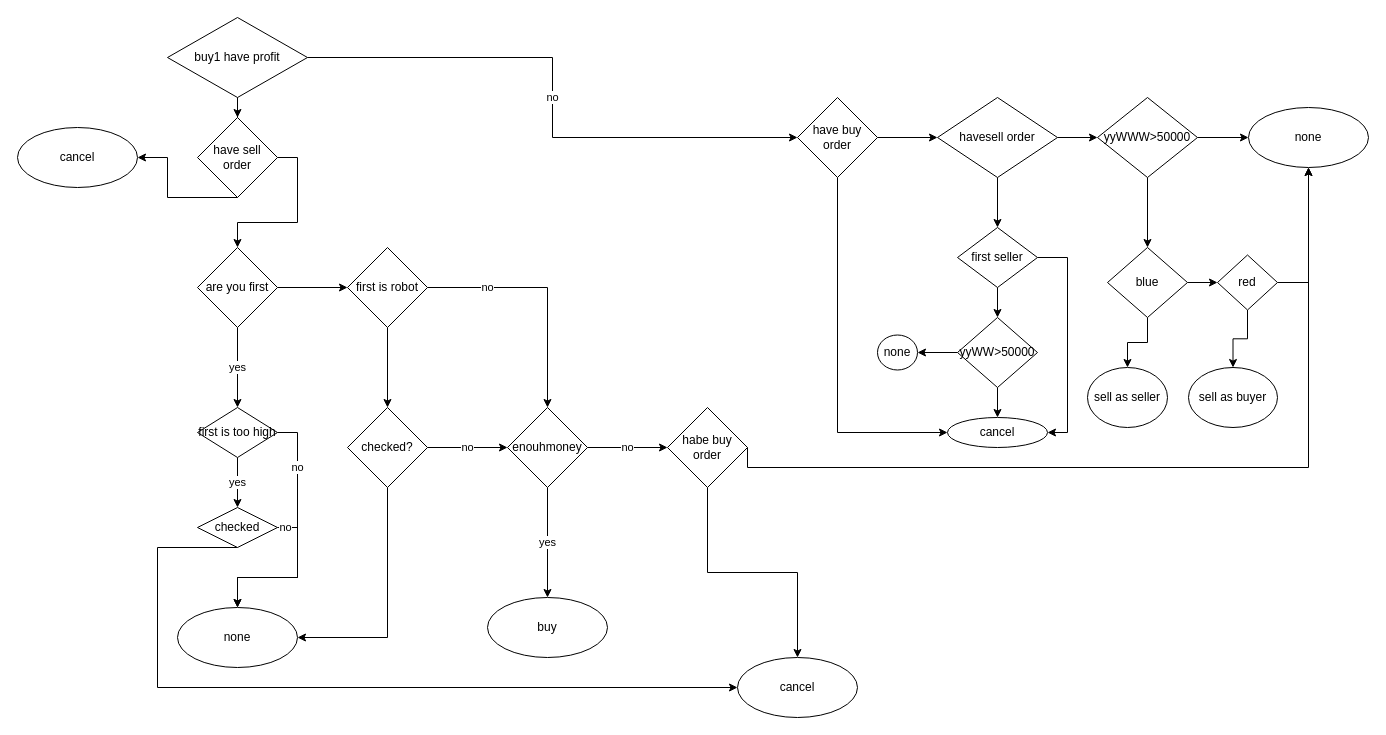
Before: page "第 3 页" (3 of 3) of 未命名绘图.drawio in fzuguo/hello-world, a draw.io diagram. Source tidied: cells renumbered, new cells numbered last; positions are measured from the earlier drawing's top-left corner, leaving out a move shared by most shapes. Both pictures are drawn from the tidied source at 100%, with x=0, y=0 at pixel (17, 17).
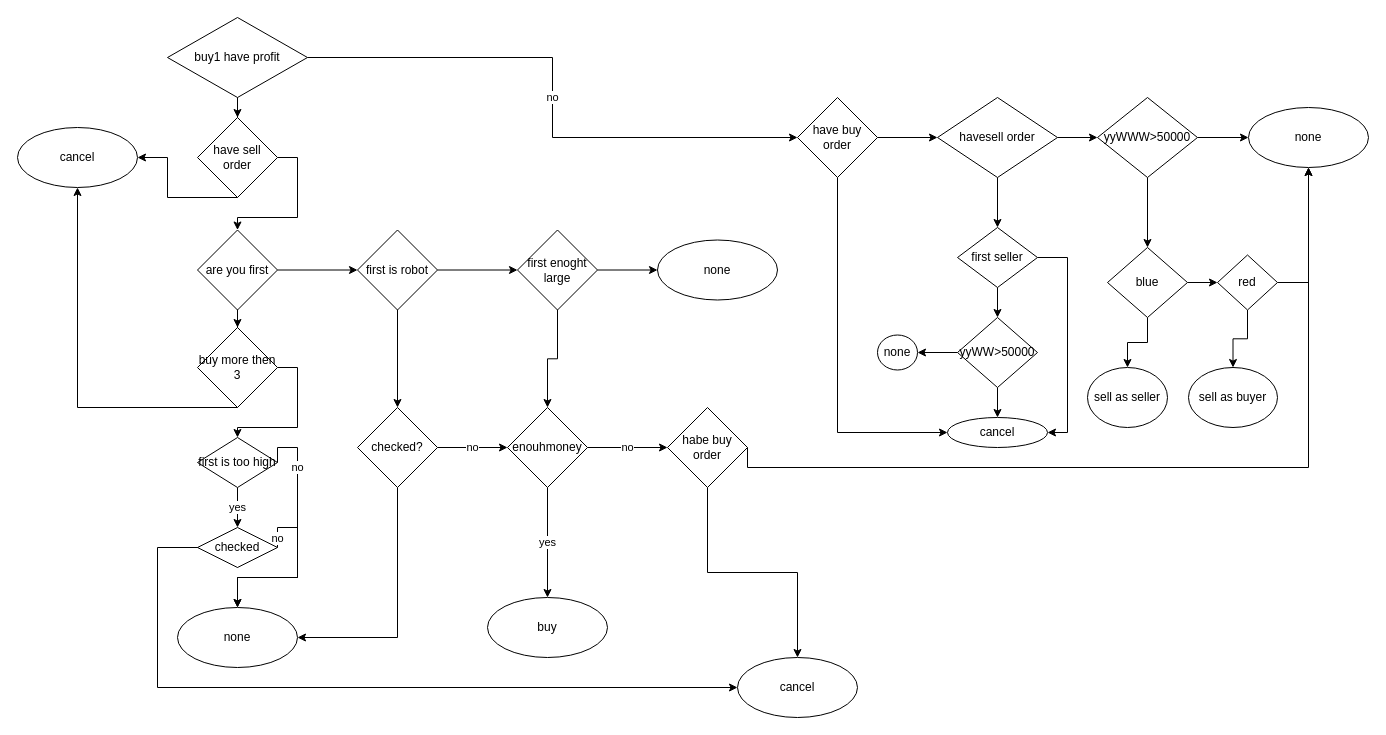
The same diagram, later.

Commit message:
更新未命名绘图.drawio

The change refers to these unchanged cells:
```xml
<mxCell id="9" value="none" style="ellipse;whiteSpace=wrap;html=1;" parent="1" vertex="1">
  <mxGeometry x="160" y="590" width="120" height="60" as="geometry" />
</mxCell>
<mxCell id="23" value="enouhmoney" style="rhombus;whiteSpace=wrap;html=1;" parent="1" vertex="1">
  <mxGeometry x="490" y="390" width="80" height="80" as="geometry" />
</mxCell>
<mxCell id="54" value="cancel" style="ellipse;whiteSpace=wrap;html=1;" parent="1" vertex="1">
  <mxGeometry y="110" width="120" height="60" as="geometry" />
</mxCell>
```

Diff of the diagram source:
```diff
@@
-    <mxCell id="6" value="yes" style="edgeStyle=orthogonalEdgeStyle;rounded=0;jettySize=auto;html=1;" parent="1" edge="1" source="7" target="29">
-      <mxGeometry relative="1" as="geometry" />
-    </mxCell>
+    <mxCell id="60" style="edgeStyle=orthogonalEdgeStyle;rounded=0;jettySize=auto;html=1;" parent="1" edge="1" source="7" target="64">
+      <mxGeometry relative="1" as="geometry" />
+    </mxCell>
     <mxCell id="7" value="are you first" style="rhombus;whiteSpace=wrap;html=1;" parent="1" vertex="1">
-      <mxGeometry x="180" y="230" width="80" height="80" as="geometry" />
+      <mxGeometry x="180" y="212.5" width="80" height="80" as="geometry" />
     </mxCell>
@@
-    <mxCell id="15" value="no" style="edgeStyle=orthogonalEdgeStyle;rounded=0;jettySize=auto;html=1;exitX=1;exitY=0.5;exitDx=0;exitDy=0;entryX=0.5;entryY=0;entryDx=0;entryDy=0;" parent="1" edge="1" source="16" target="23">
-      <mxGeometry x="-0.5" relative="1" as="geometry" />
-    </mxCell>
+    <mxCell id="61" style="edgeStyle=orthogonalEdgeStyle;rounded=0;jettySize=auto;html=1;" parent="1" edge="1" source="16" target="67">
+      <mxGeometry relative="1" as="geometry" />
+    </mxCell>
     <mxCell id="16" value="first is robot" style="rhombus;whiteSpace=wrap;html=1;" parent="1" vertex="1">
-      <mxGeometry x="330" y="230" width="80" height="80" as="geometry" />
+      <mxGeometry x="340" y="212.5" width="80" height="80" as="geometry" />
     </mxCell>
@@
     <mxCell id="20" value="checked?" style="rhombus;whiteSpace=wrap;html=1;" parent="1" vertex="1">
-      <mxGeometry x="330" y="390" width="80" height="80" as="geometry" />
+      <mxGeometry x="340" y="390" width="80" height="80" as="geometry" />
     </mxCell>
@@
     <mxCell id="28" value="no" style="edgeStyle=orthogonalEdgeStyle;rounded=0;jettySize=auto;html=1;exitX=1;exitY=0.5;exitDx=0;exitDy=0;entryX=0.5;entryY=0;entryDx=0;entryDy=0;" parent="1" edge="1" source="29" target="9">
       <mxGeometry x="-0.57" relative="1" as="geometry">
         <Array as="points">
-          <mxPoint x="280" y="415" />
+          <mxPoint x="280" y="430" />
           <mxPoint x="280" y="560" />
           <mxPoint x="220" y="560" />
         </Array>
       </mxGeometry>
     </mxCell>
     <mxCell id="29" value="first is too high" style="rhombus;whiteSpace=wrap;html=1;" parent="1" vertex="1">
-      <mxGeometry x="180" y="390" width="80" height="50" as="geometry" />
+      <mxGeometry x="180" y="420" width="80" height="50" as="geometry" />
     </mxCell>
@@
     <mxCell id="32" value="checked" style="rhombus;whiteSpace=wrap;html=1;" parent="1" vertex="1">
-      <mxGeometry x="180" y="490" width="80" height="40" as="geometry" />
+      <mxGeometry x="180" y="510" width="80" height="40" as="geometry" />
     </mxCell>
@@
+    <mxCell id="62" style="edgeStyle=orthogonalEdgeStyle;rounded=0;jettySize=auto;html=1;exitX=0.5;exitY=1;exitDx=0;exitDy=0;entryX=0.5;entryY=1;entryDx=0;entryDy=0;" parent="1" edge="1" source="64" target="54">
+      <mxGeometry relative="1" as="geometry">
+        <Array as="points">
+          <mxPoint x="60" y="390" />
+        </Array>
+      </mxGeometry>
+    </mxCell>
+    <mxCell id="63" style="edgeStyle=orthogonalEdgeStyle;rounded=0;jettySize=auto;html=1;exitX=1;exitY=0.5;exitDx=0;exitDy=0;entryX=0.5;entryY=0;entryDx=0;entryDy=0;" parent="1" edge="1" source="64" target="29">
+      <mxGeometry relative="1" as="geometry" />
+    </mxCell>
+    <mxCell id="64" value="buy more then 3" style="rhombus;whiteSpace=wrap;html=1;" parent="1" vertex="1">
+      <mxGeometry x="180" y="310" width="80" height="80" as="geometry" />
+    </mxCell>
+    <mxCell id="65" style="edgeStyle=orthogonalEdgeStyle;rounded=0;jettySize=auto;html=1;exitX=0.5;exitY=1;exitDx=0;exitDy=0;entryX=0.5;entryY=0;entryDx=0;entryDy=0;" parent="1" edge="1" source="67" target="23">
+      <mxGeometry relative="1" as="geometry" />
+    </mxCell>
+    <mxCell id="66" style="edgeStyle=orthogonalEdgeStyle;rounded=0;jettySize=auto;html=1;" parent="1" edge="1" source="67" target="68">
+      <mxGeometry relative="1" as="geometry" />
+    </mxCell>
+    <mxCell id="67" value="first enoght large" style="rhombus;whiteSpace=wrap;html=1;" parent="1" vertex="1">
+      <mxGeometry x="500" y="212.5" width="80" height="80" as="geometry" />
+    </mxCell>
+    <mxCell id="68" value="none" style="ellipse;whiteSpace=wrap;html=1;" parent="1" vertex="1">
+      <mxGeometry x="640" y="222.5" width="120" height="60" as="geometry" />
+    </mxCell>
```
